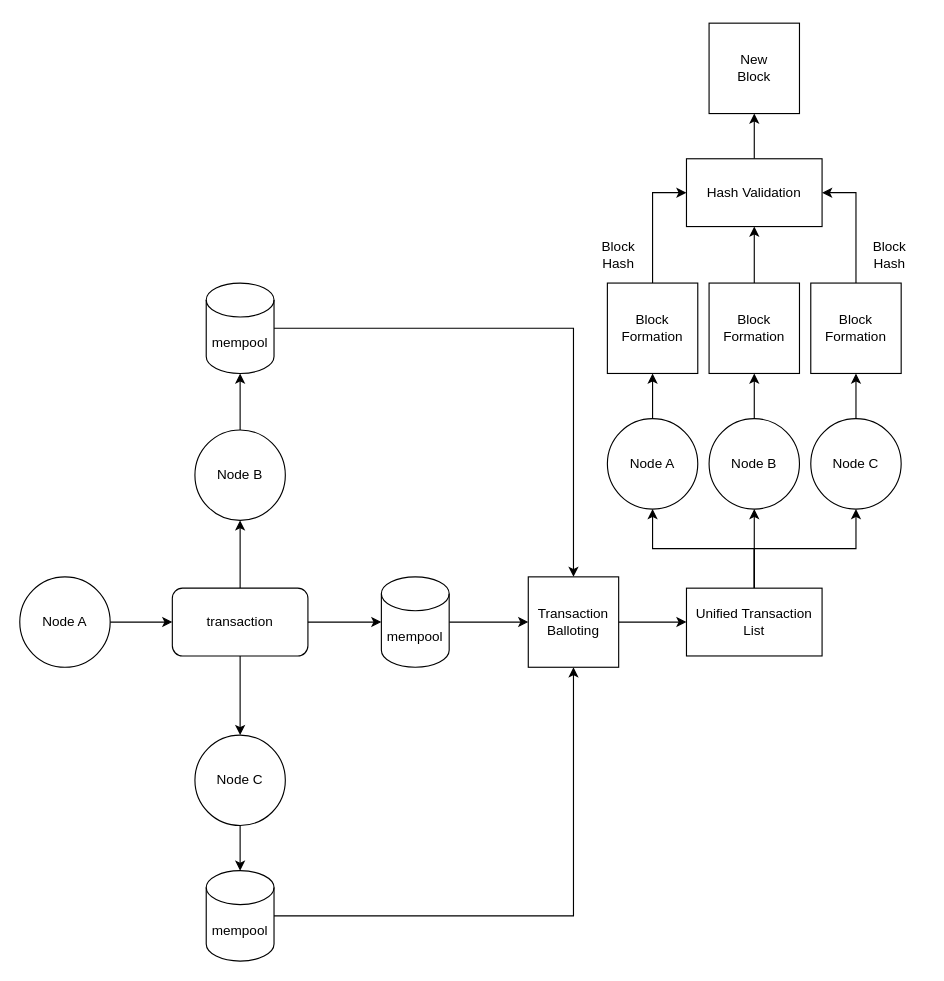
Before: proof of majority.drawio in ali-05-ahmed/Concept-Diagrams, a draw.io diagram. Source tidied: cells renumbered, new cells numbered last; positions are measured from the earlier drawing's top-left corner, leaving out a move shared by most shapes. Both pictures are drawn from the tidied source at 113%, with x=0, y=0 at pixel (19, 23).
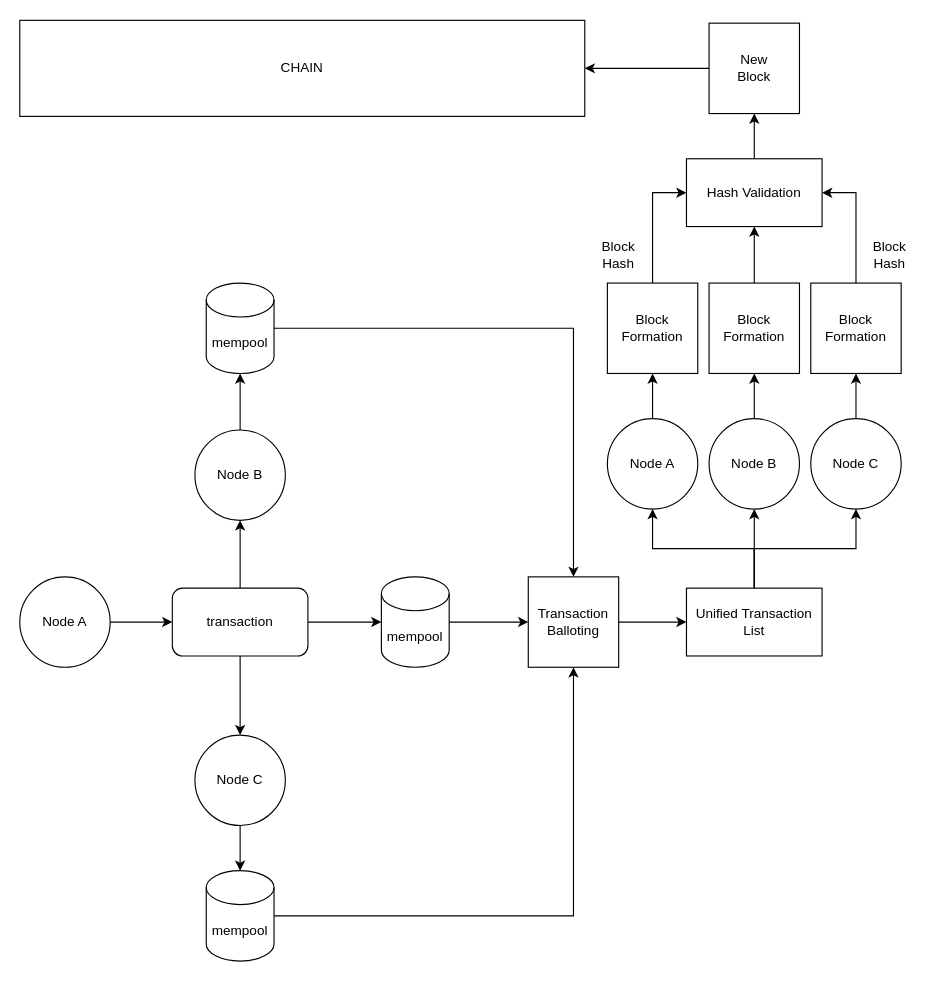
After the change.

The change refers to these unchanged cells:
```xml
<mxCell id="40" value="New&lt;br&gt;Block" style="whiteSpace=wrap;html=1;" parent="1" vertex="1">
  <mxGeometry x="610" width="80" height="80" as="geometry" />
</mxCell>
```

Diff of the diagram source:
```diff
@@
+    <mxCell id="41" style="edgeStyle=orthogonalEdgeStyle;rounded=0;jettySize=auto;html=1;" parent="1" edge="1" source="40" target="42">
+      <mxGeometry relative="1" as="geometry" />
+    </mxCell>
@@
+    <mxCell id="42" value="CHAIN" style="rounded=0;whiteSpace=wrap;html=1;" parent="1" vertex="1">
+      <mxGeometry y="-2.5" width="500" height="85" as="geometry" />
+    </mxCell>
```
